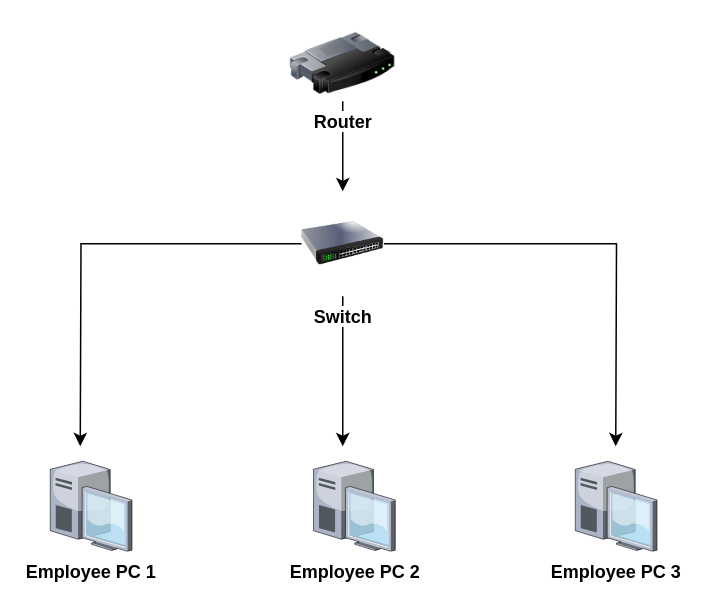
hashtag-ankita/Coursera-Networks-and-Network-Security-Course keeps this draw.io diagram as small office network.drawio. Above is the earlier version. Source tidied: cells renumbered, new cells numbered last; positions are measured from the earlier drawing's top-left corner, leaving out a move shared by most shapes. Both pictures are drawn from the tidied source at 150%, with x=0, y=0 at pixel (50, 26).
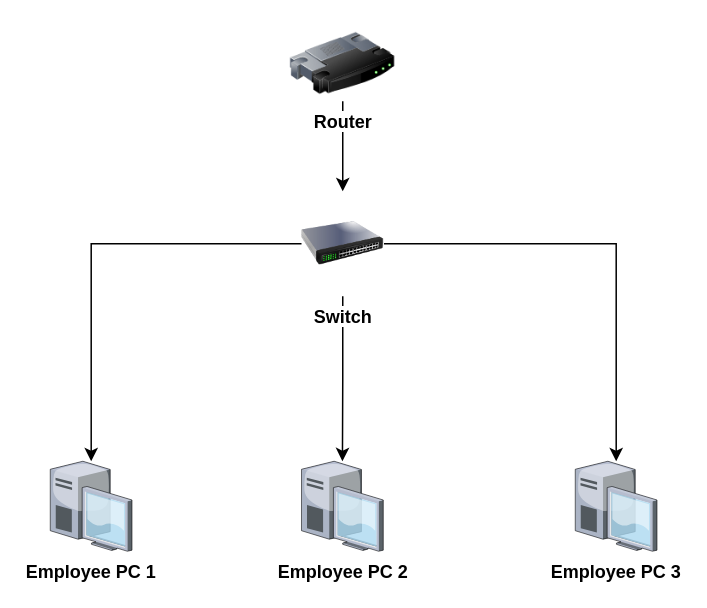
Above is the later version.

Diff of the diagram source:
```diff
@@
 <mxGraphModel>
   <root>
     <mxCell id="0" />
     <mxCell id="1" parent="0" />
     <mxCell id="2" style="edgeStyle=orthogonalEdgeStyle;rounded=0;jettySize=auto;html=1;exitX=0.5;exitY=1;exitDx=0;exitDy=0;" parent="1" edge="1" source="3" target="7">
       <mxGeometry relative="1" as="geometry" />
     </mxCell>
     <mxCell id="3" value="&lt;b&gt;Router&lt;/b&gt;" style="image;html=1;image=img/lib/clip_art/networking/Router_128x128.png;" parent="1" vertex="1">
       <mxGeometry x="160" width="70" height="50" as="geometry" />
     </mxCell>
-    <mxCell id="4" style="edgeStyle=orthogonalEdgeStyle;rounded=0;jettySize=auto;html=1;exitX=0.5;exitY=1;exitDx=0;exitDy=0;" parent="1" edge="1" source="7">
-      <mxGeometry relative="1" as="geometry">
-        <mxPoint x="195" y="280" as="targetPoint" />
-      </mxGeometry>
+    <mxCell id="4" style="edgeStyle=orthogonalEdgeStyle;rounded=0;jettySize=auto;html=1;exitX=0.5;exitY=1;exitDx=0;exitDy=0;" parent="1" edge="1" source="7" target="10">
+      <mxGeometry relative="1" as="geometry" />
     </mxCell>
-    <mxCell id="5" style="edgeStyle=orthogonalEdgeStyle;rounded=0;jettySize=auto;html=1;exitX=1;exitY=0.5;exitDx=0;exitDy=0;" parent="1" edge="1" source="7">
-      <mxGeometry relative="1" as="geometry">
-        <mxPoint x="377" y="280" as="targetPoint" />
-      </mxGeometry>
+    <mxCell id="5" style="edgeStyle=orthogonalEdgeStyle;rounded=0;jettySize=auto;html=1;exitX=1;exitY=0.5;exitDx=0;exitDy=0;" parent="1" edge="1" source="7" target="9">
+      <mxGeometry relative="1" as="geometry" />
     </mxCell>
-    <mxCell id="6" style="edgeStyle=orthogonalEdgeStyle;rounded=0;jettySize=auto;html=1;exitX=0;exitY=0.5;exitDx=0;exitDy=0;" parent="1" edge="1" source="7">
-      <mxGeometry relative="1" as="geometry">
-        <mxPoint x="20" y="280" as="targetPoint" />
-      </mxGeometry>
+    <mxCell id="6" style="edgeStyle=orthogonalEdgeStyle;rounded=0;jettySize=auto;html=1;exitX=0;exitY=0.5;exitDx=0;exitDy=0;" parent="1" edge="1" source="7" target="8">
+      <mxGeometry relative="1" as="geometry" />
     </mxCell>
     <mxCell id="7" value="&lt;b&gt;Switch&lt;/b&gt;" style="image;html=1;image=img/lib/clip_art/networking/Switch_128x128.png;" parent="1" vertex="1">
       <mxGeometry x="167.5" y="110" width="55" height="70" as="geometry" />
     </mxCell>
     <mxCell id="8" value="&lt;b&gt;Employee PC 1&lt;/b&gt;" style="verticalLabelPosition=bottom;sketch=0;html=1;verticalAlign=top;strokeColor=none;align=center;outlineConnect=0;shape=mxgraph.citrix.desktop;" parent="1" vertex="1">
       <mxGeometry y="290" width="54.5" height="60" as="geometry" />
     </mxCell>
     <mxCell id="9" value="Employee PC 3" style="verticalLabelPosition=bottom;sketch=0;html=1;verticalAlign=top;strokeColor=none;align=center;outlineConnect=0;shape=mxgraph.citrix.desktop;fontStyle=1;" parent="1" vertex="1">
       <mxGeometry x="350" y="290" width="54.5" height="60" as="geometry" />
     </mxCell>
     <mxCell id="10" value="Employee PC 2" style="verticalLabelPosition=bottom;sketch=0;html=1;verticalAlign=top;strokeColor=none;align=center;outlineConnect=0;shape=mxgraph.citrix.desktop;fontStyle=1;" parent="1" vertex="1">
-      <mxGeometry x="175.5" y="290" width="54.5" height="60" as="geometry" />
+      <mxGeometry x="167.5" y="290" width="54.5" height="60" as="geometry" />
     </mxCell>
   </root>
 </mxGraphModel>
```
